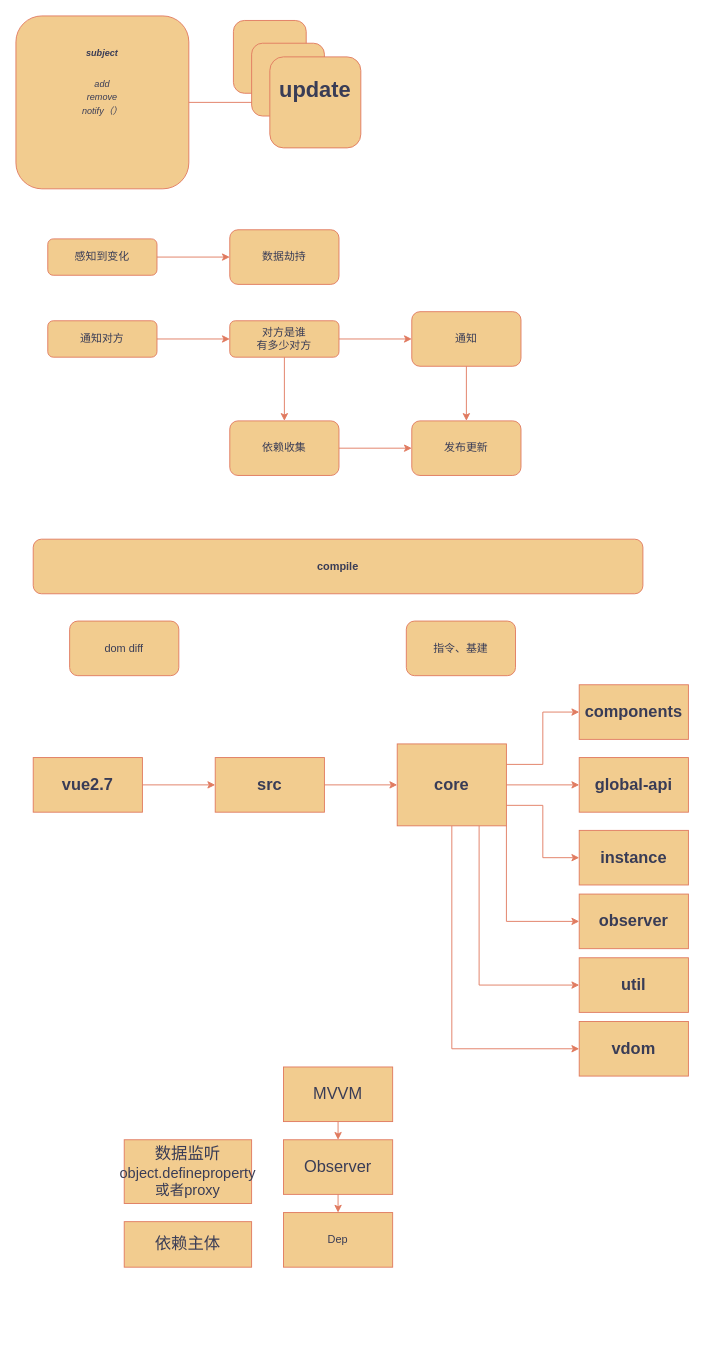
The draw.io diagram public/未命名绘图.drawio in corn12138/material-kit-react, before the edit. Source tidied: cells renumbered, new cells numbered last; positions are measured from the earlier drawing's top-left corner, leaving out a move shared by most shapes. Both pictures are drawn from the tidied source at 91%, with x=0, y=0 at pixel (15, 15).
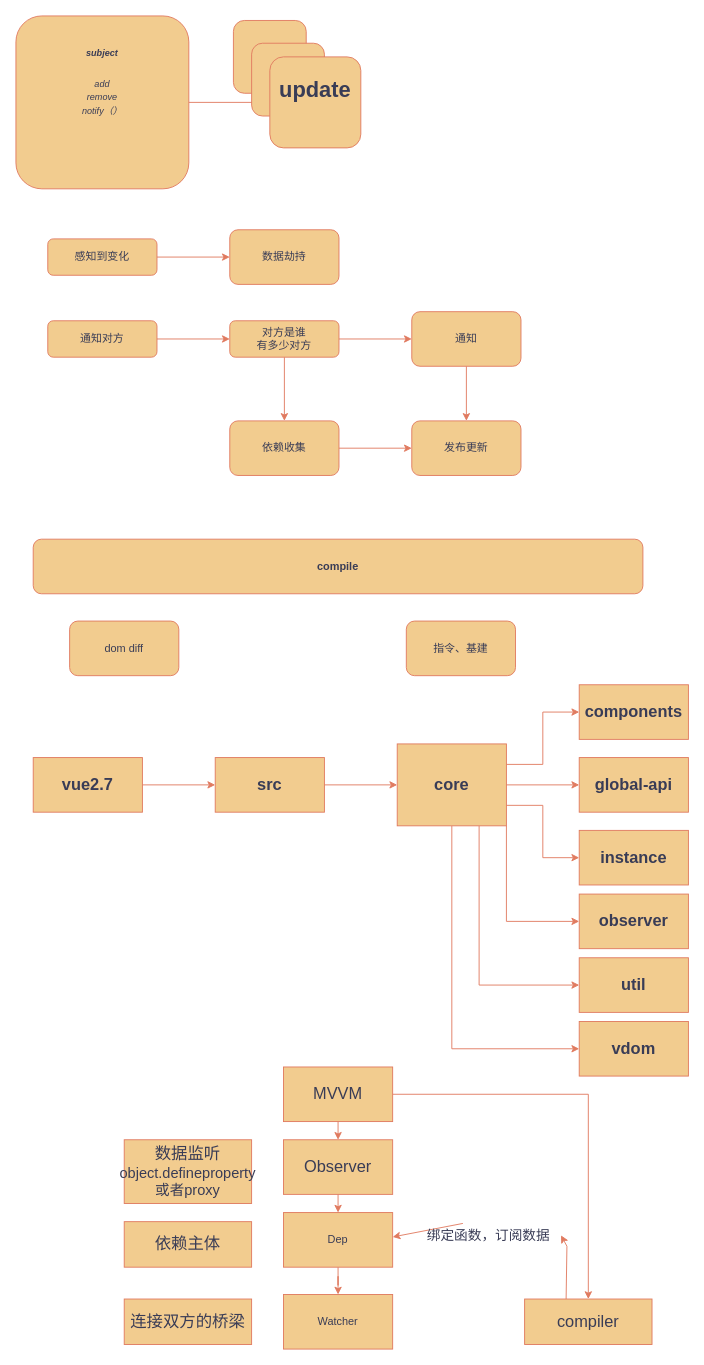
The same diagram, later.

Commit message:
vue的源码以及扩展.drawio

The change refers to these unchanged cells:
```xml
<mxCell id="41" value="&lt;font style=&quot;font-size: 18px;&quot;&gt;MVVM&lt;/font&gt;" style="rounded=0;whiteSpace=wrap;html=1;strokeColor=#E07A5F;fontColor=#393C56;fillColor=#F2CC8F;" parent="1" vertex="1">
  <mxGeometry x="294" y="1155" width="120" height="60" as="geometry" />
</mxCell>
<mxCell id="45" value="Dep" style="rounded=0;whiteSpace=wrap;html=1;strokeColor=#E07A5F;fontColor=#393C56;fillColor=#F2CC8F;" parent="1" vertex="1">
  <mxGeometry x="294" y="1315" width="120" height="60" as="geometry" />
</mxCell>
```

Diff of the diagram source:
```diff
@@
+    <mxCell id="47" style="edgeStyle=orthogonalEdgeStyle;rounded=0;jettySize=auto;html=1;exitX=1;exitY=0.5;exitDx=0;exitDy=0;strokeColor=#E07A5F;fontColor=#393C56;fillColor=#F2CC8F;" parent="1" edge="1" source="41" target="51">
+      <mxGeometry relative="1" as="geometry" />
+    </mxCell>
@@
+    <mxCell id="48" style="edgeStyle=orthogonalEdgeStyle;rounded=0;jettySize=auto;html=1;strokeColor=#E07A5F;fontColor=#393C56;fillColor=#F2CC8F;" parent="1" edge="1" source="45" target="49">
+      <mxGeometry relative="1" as="geometry" />
+    </mxCell>
@@
+    <mxCell id="49" value="Watcher" style="rounded=0;whiteSpace=wrap;html=1;strokeColor=#E07A5F;fontColor=#393C56;fillColor=#F2CC8F;" parent="1" vertex="1">
+      <mxGeometry x="294" y="1405" width="120" height="60" as="geometry" />
+    </mxCell>
+    <mxCell id="50" value="&lt;font style=&quot;font-size: 18px;&quot;&gt;连接双方的桥梁&lt;/font&gt;" style="rounded=0;whiteSpace=wrap;html=1;strokeColor=#E07A5F;fontColor=#393C56;fillColor=#F2CC8F;" parent="1" vertex="1">
+      <mxGeometry x="119" y="1410" width="140" height="50" as="geometry" />
+    </mxCell>
+    <mxCell id="51" value="&lt;font style=&quot;font-size: 18px;&quot;&gt;compiler&lt;/font&gt;" style="rounded=0;whiteSpace=wrap;html=1;strokeColor=#E07A5F;fontColor=#393C56;fillColor=#F2CC8F;" parent="1" vertex="1">
+      <mxGeometry x="559" y="1410" width="140" height="50" as="geometry" />
+    </mxCell>
+    <mxCell id="52" style="endArrow=classic;html=1;rounded=0;strokeColor=#E07A5F;fontColor=#393C56;fillColor=#F2CC8F;entryX=1;entryY=0.5;entryDx=0;entryDy=0;exitX=0.326;exitY=0.064;exitDx=0;exitDy=0;exitPerimeter=0;" parent="1" edge="1" source="54">
+      <mxGeometry relative="1" as="geometry">
+        <mxPoint x="414" y="1341.8" as="targetPoint" />
+      </mxGeometry>
+    </mxCell>
+    <mxCell id="53" style="endArrow=classic;html=1;rounded=0;strokeColor=#E07A5F;fontColor=#393C56;fillColor=#F2CC8F;entryX=1;entryY=0.5;entryDx=0;entryDy=0;exitX=0.326;exitY=0.064;exitDx=0;exitDy=0;exitPerimeter=0;" parent="1" edge="1" target="54">
+      <mxGeometry relative="1" as="geometry">
+        <mxPoint x="604.6" y="1410" as="sourcePoint" />
+        <Array as="points">
+          <mxPoint x="605.5" y="1352" />
+        </Array>
+      </mxGeometry>
+    </mxCell>
+    <mxCell id="54" value="&lt;font style=&quot;font-size: 15px;&quot;&gt;绑定函数，订阅数据&lt;/font&gt;" style="text;html=1;align=center;verticalAlign=middle;points=[];strokeColor=none;fillColor=none;fontColor=#393C56;" parent="1" vertex="1">
+      <mxGeometry x="439" y="1325" width="160" height="30" as="geometry" />
+    </mxCell>
```
